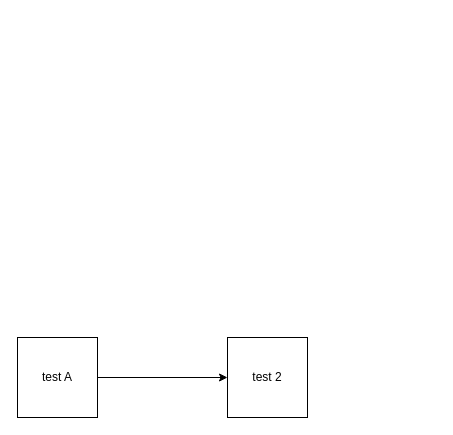
This is test-2.drawio from tobi-tobsen-berlin/diagrams, a draw.io file, before an edit. Source tidied: cells renumbered, new cells numbered last; positions are measured from the earlier drawing's top-left corner, leaving out a move shared by most shapes. Both pictures are drawn from the tidied source at 100%, with x=0, y=0 at pixel (17, 337).
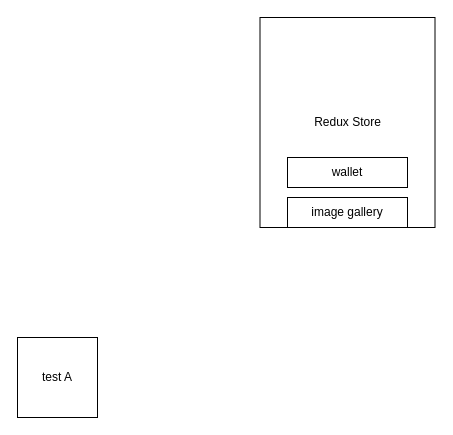
Above is the later version.

The edit, as a diff of the source:
```diff
@@
 <mxGraphModel>
   <root>
     <mxCell id="0" />
     <mxCell id="1" parent="0" />
-    <mxCell id="2" style="edgeStyle=orthogonalEdgeStyle;rounded=0;jettySize=auto;html=1;" parent="1" edge="1" source="3" target="4">
-      <mxGeometry relative="1" as="geometry" />
-    </mxCell>
+    <mxCell id="5" value="Redux Store" style="rounded=0;whiteSpace=wrap;html=1;" parent="1" vertex="1">
+      <mxGeometry x="242.5" y="-320" width="175" height="210" as="geometry" />
+    </mxCell>
     <mxCell id="3" value="test A" style="whiteSpace=wrap;html=1;" parent="1" vertex="1">
       <mxGeometry width="80" height="80" as="geometry" />
     </mxCell>
-    <mxCell id="4" value="test 2" style="whiteSpace=wrap;html=1;" parent="1" vertex="1">
-      <mxGeometry x="210" width="80" height="80" as="geometry" />
-    </mxCell>
+    <mxCell id="6" value="wallet" style="rounded=0;whiteSpace=wrap;html=1;" parent="1" vertex="1">
+      <mxGeometry x="270" y="-180" width="120" height="30" as="geometry" />
+    </mxCell>
+    <mxCell id="7" value="image gallery" style="rounded=0;whiteSpace=wrap;html=1;" parent="1" vertex="1">
+      <mxGeometry x="270" y="-140" width="120" height="30" as="geometry" />
+    </mxCell>
   </root>
 </mxGraphModel>
```
